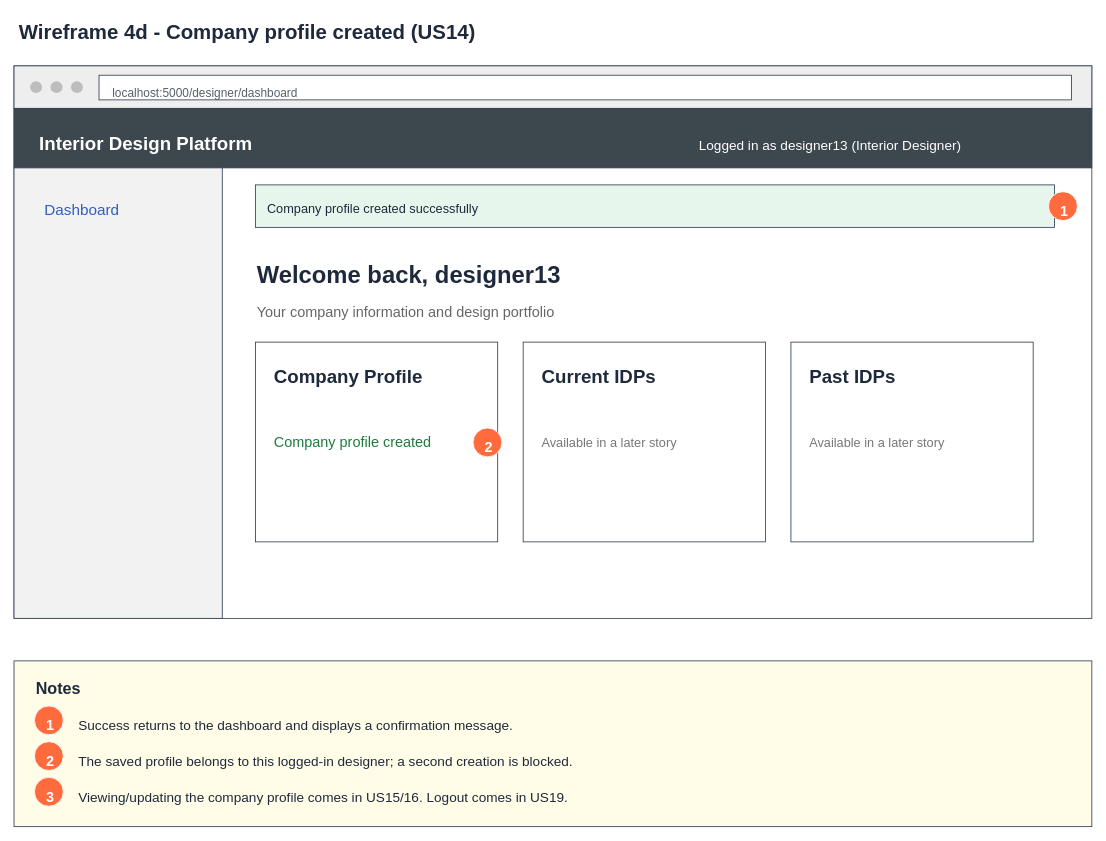
Above: page "4d Wireframe - Company created" (5 of 8) of Sprint_2/US14 - Create Company Profile/US14 Create company profile.drawio in Hanzxc/CSIT314-ARCHSS (draw.io), before the change. Source tidied: cells renumbered, new cells numbered last; positions are measured from the earlier drawing's top-left corner, leaving out a move shared by most shapes. Both pictures are drawn from the tidied source at 85%, with x=0, y=0 at pixel (14, 14).
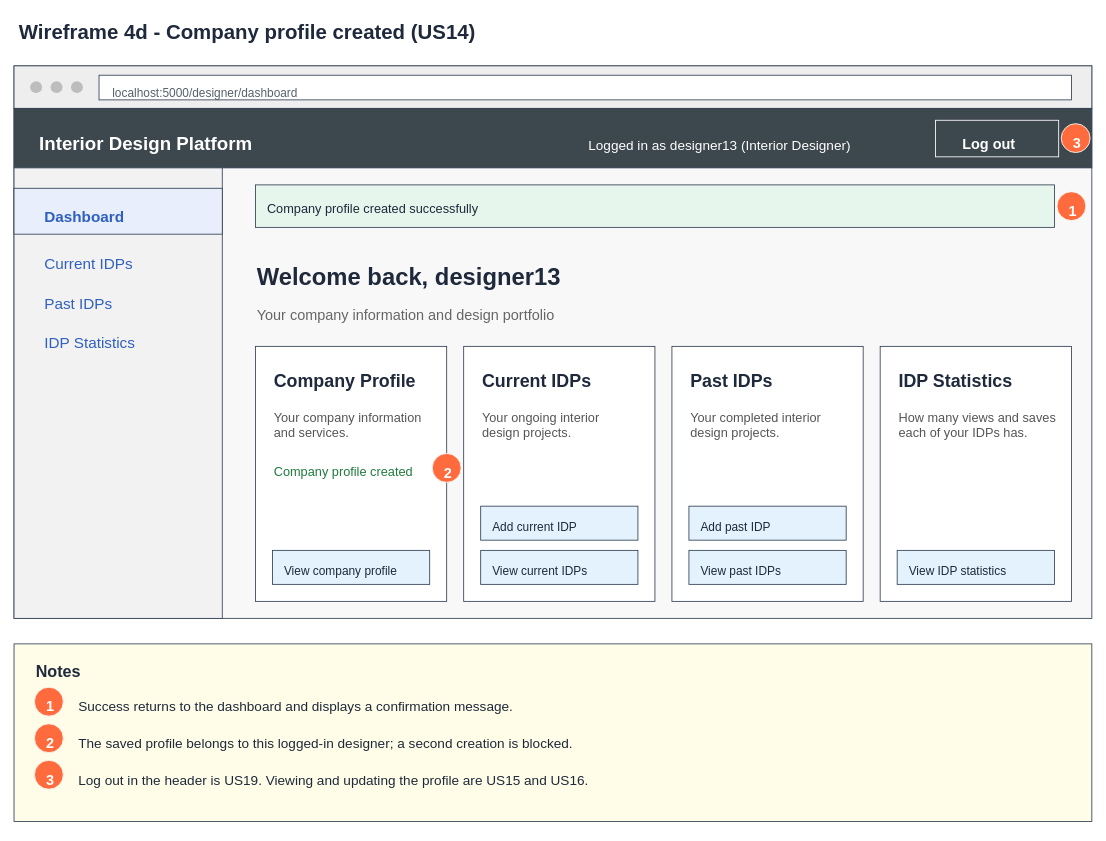
Above is the later version.

Diff of the diagram source:
```diff
@@
-    <mxCell id="3" style="rounded=0;whiteSpace=wrap;fillColor=#ffffff;strokeColor=#334155;" parent="1" vertex="1">
+    <mxCell id="3" style="rounded=0;whiteSpace=wrap;fillColor=#f8f8f8;strokeColor=#334155;" parent="1" vertex="1">
       <mxGeometry y="61" width="1268" height="650" as="geometry" />
     </mxCell>
@@
     <mxCell id="12" value="Logged in as designer13 (Interior Designer)" style="text;html=0;align=left;verticalAlign=top;fontSize=16;fontStyle=0;fontColor=#ffffff;" parent="1" vertex="1">
-      <mxGeometry x="804" y="138" width="440" height="23" as="geometry" />
+      <mxGeometry x="674" y="138" width="440" height="23" as="geometry" />
     </mxCell>
-    <mxCell id="13" style="rounded=0;whiteSpace=wrap;fillColor=#f2f2f2;strokeColor=#334155;" parent="1" vertex="1">
-      <mxGeometry y="181" width="245" height="530" as="geometry" />
+    <mxCell id="13" style="rounded=0;whiteSpace=wrap;fillColor=#3d474e;strokeColor=#ffffff;" parent="1" vertex="1">
+      <mxGeometry x="1084" y="125" width="145" height="43" as="geometry" />
     </mxCell>
-    <mxCell id="14" value="Dashboard" style="text;html=0;align=left;verticalAlign=top;fontSize=18;fontStyle=0;fontColor=#2f5fbf;" parent="1" vertex="1">
-      <mxGeometry x="34" y="213" width="200" height="25" as="geometry" />
+    <mxCell id="14" value="Log out" style="text;html=0;align=left;verticalAlign=top;fontSize=17;fontStyle=1;fontColor=#ffffff;" parent="1" vertex="1">
+      <mxGeometry x="1114" y="136" width="115" height="24" as="geometry" />
     </mxCell>
-    <mxCell id="15" style="rounded=0;whiteSpace=wrap;fillColor=#e7f6ec;strokeColor=#334155;" parent="1" vertex="1">
-      <mxGeometry x="284" y="201" width="940" height="50" as="geometry" />
+    <mxCell id="15" style="rounded=0;whiteSpace=wrap;fillColor=#f2f2f2;strokeColor=#334155;" parent="1" vertex="1">
+      <mxGeometry y="181" width="245" height="530" as="geometry" />
     </mxCell>
-    <mxCell id="16" value="Company profile created successfully" style="text;html=0;align=left;verticalAlign=top;fontSize=15;fontStyle=0;fontColor=#1e293b;" parent="1" vertex="1">
-      <mxGeometry x="296" y="213" width="916" height="22" as="geometry" />
+    <mxCell id="16" style="rounded=0;whiteSpace=wrap;fillColor=#e8eefb;strokeColor=#334155;" parent="1" vertex="1">
+      <mxGeometry y="205" width="245" height="54" as="geometry" />
     </mxCell>
-    <mxCell id="17" style="ellipse;fillColor=#ff6b3d;strokeColor=#ffffff;" parent="1" vertex="1">
-      <mxGeometry x="1217" y="209" width="34" height="34" as="geometry" />
+    <mxCell id="17" value="Dashboard" style="text;html=0;align=left;verticalAlign=top;fontSize=18;fontStyle=1;fontColor=#2f5fbf;" parent="1" vertex="1">
+      <mxGeometry x="34" y="221" width="200" height="25" as="geometry" />
     </mxCell>
-    <mxCell id="18" value="1" style="text;html=0;align=left;verticalAlign=top;fontSize=17;fontStyle=1;fontColor=#ffffff;" parent="1" vertex="1">
-      <mxGeometry x="1229" y="215" width="20" height="24" as="geometry" />
+    <mxCell id="18" value="Current IDPs" style="text;html=0;align=left;verticalAlign=top;fontSize=18;fontStyle=0;fontColor=#2f5fbf;" parent="1" vertex="1">
+      <mxGeometry x="34" y="277" width="200" height="25" as="geometry" />
     </mxCell>
-    <mxCell id="19" value="Welcome back, designer13" style="text;html=0;align=left;verticalAlign=top;fontSize=28;fontStyle=1;fontColor=#1e293b;" parent="1" vertex="1">
-      <mxGeometry x="284" y="283" width="900" height="35" as="geometry" />
+    <mxCell id="19" value="Past IDPs" style="text;html=0;align=left;verticalAlign=top;fontSize=18;fontStyle=0;fontColor=#2f5fbf;" parent="1" vertex="1">
+      <mxGeometry x="34" y="323" width="200" height="25" as="geometry" />
     </mxCell>
-    <mxCell id="20" value="Your company information and design portfolio" style="text;html=0;align=left;verticalAlign=top;fontSize=17;fontStyle=0;fontColor=#666666;" parent="1" vertex="1">
-      <mxGeometry x="284" y="334" width="900" height="24" as="geometry" />
+    <mxCell id="20" value="IDP Statistics" style="text;html=0;align=left;verticalAlign=top;fontSize=18;fontStyle=0;fontColor=#2f5fbf;" parent="1" vertex="1">
+      <mxGeometry x="34" y="369" width="200" height="25" as="geometry" />
     </mxCell>
-    <mxCell id="21" style="rounded=0;whiteSpace=wrap;fillColor=#ffffff;strokeColor=#334155;" parent="1" vertex="1">
-      <mxGeometry x="284" y="386" width="285" height="235" as="geometry" />
+    <mxCell id="21" style="rounded=0;whiteSpace=wrap;fillColor=#e7f6ec;strokeColor=#334155;" parent="1" vertex="1">
+      <mxGeometry x="284" y="201" width="940" height="50" as="geometry" />
     </mxCell>
-    <mxCell id="22" value="Company Profile" style="text;html=0;align=left;verticalAlign=top;fontSize=22;fontStyle=1;fontColor=#1e293b;" parent="1" vertex="1">
-      <mxGeometry x="304" y="407" width="245" height="29" as="geometry" />
+    <mxCell id="22" value="Company profile created successfully" style="text;html=0;align=left;verticalAlign=top;fontSize=15;fontStyle=0;fontColor=#1e293b;" parent="1" vertex="1">
+      <mxGeometry x="296" y="214" width="916" height="22" as="geometry" />
     </mxCell>
-    <mxCell id="23" value="Company profile created" style="text;html=0;align=left;verticalAlign=top;fontSize=17;fontStyle=0;fontColor=#1e7b3c;" parent="1" vertex="1">
-      <mxGeometry x="304" y="487" width="245" height="24" as="geometry" />
+    <mxCell id="23" value="Welcome back, designer13" style="text;html=0;align=left;verticalAlign=top;fontSize=28;fontStyle=1;fontColor=#1e293b;" parent="1" vertex="1">
+      <mxGeometry x="284" y="285" width="900" height="35" as="geometry" />
     </mxCell>
-    <mxCell id="24" style="ellipse;fillColor=#ff6b3d;strokeColor=#ffffff;" parent="1" vertex="1">
-      <mxGeometry x="540" y="487" width="34" height="34" as="geometry" />
+    <mxCell id="24" value="Your company information and design portfolio" style="text;html=0;align=left;verticalAlign=top;fontSize=17;fontStyle=0;fontColor=#666666;" parent="1" vertex="1">
+      <mxGeometry x="284" y="338" width="900" height="24" as="geometry" />
     </mxCell>
-    <mxCell id="25" value="2" style="text;html=0;align=left;verticalAlign=top;fontSize=17;fontStyle=1;fontColor=#ffffff;" parent="1" vertex="1">
-      <mxGeometry x="552" y="493" width="20" height="24" as="geometry" />
+    <mxCell id="25" style="rounded=0;whiteSpace=wrap;fillColor=#ffffff;strokeColor=#334155;" parent="1" vertex="1">
+      <mxGeometry x="284" y="391" width="225" height="300" as="geometry" />
     </mxCell>
-    <mxCell id="26" style="rounded=0;whiteSpace=wrap;fillColor=#ffffff;strokeColor=#334155;" parent="1" vertex="1">
-      <mxGeometry x="599" y="386" width="285" height="235" as="geometry" />
+    <mxCell id="26" value="Company Profile" style="text;html=0;align=left;verticalAlign=top;fontSize=21;fontStyle=1;fontColor=#1e293b;" parent="1" vertex="1">
+      <mxGeometry x="304" y="412" width="195" height="29" as="geometry" />
     </mxCell>
-    <mxCell id="27" value="Current IDPs" style="text;html=0;align=left;verticalAlign=top;fontSize=22;fontStyle=1;fontColor=#1e293b;" parent="1" vertex="1">
-      <mxGeometry x="619" y="407" width="245" height="29" as="geometry" />
+    <mxCell id="27" value="Your company information&#10;and services." style="text;html=0;align=left;verticalAlign=top;fontSize=15;fontStyle=0;fontColor=#555555;" parent="1" vertex="1">
+      <mxGeometry x="304" y="459" width="195" height="44" as="geometry" />
     </mxCell>
-    <mxCell id="28" value="Available in a later story" style="text;html=0;align=left;verticalAlign=top;fontSize=15;fontStyle=0;fontColor=#777777;" parent="1" vertex="1">
-      <mxGeometry x="619" y="489" width="245" height="22" as="geometry" />
+    <mxCell id="28" value="Company profile created" style="text;html=0;align=left;verticalAlign=top;fontSize=15;fontStyle=0;fontColor=#1e7b3c;" parent="1" vertex="1">
+      <mxGeometry x="304" y="523" width="195" height="22" as="geometry" />
     </mxCell>
-    <mxCell id="29" style="rounded=0;whiteSpace=wrap;fillColor=#ffffff;strokeColor=#334155;" parent="1" vertex="1">
-      <mxGeometry x="914" y="386" width="285" height="235" as="geometry" />
+    <mxCell id="29" style="rounded=0;whiteSpace=wrap;fillColor=#e3f2fd;strokeColor=#334155;" parent="1" vertex="1">
+      <mxGeometry x="304" y="631" width="185" height="40" as="geometry" />
     </mxCell>
-    <mxCell id="30" value="Past IDPs" style="text;html=0;align=left;verticalAlign=top;fontSize=22;fontStyle=1;fontColor=#1e293b;" parent="1" vertex="1">
-      <mxGeometry x="934" y="407" width="245" height="29" as="geometry" />
+    <mxCell id="30" value="View company profile" style="text;html=0;align=left;verticalAlign=top;fontSize=14;fontStyle=0;fontColor=#1e293b;" parent="1" vertex="1">
+      <mxGeometry x="316" y="641" width="165" height="22" as="geometry" />
     </mxCell>
-    <mxCell id="31" value="Available in a later story" style="text;html=0;align=left;verticalAlign=top;fontSize=15;fontStyle=0;fontColor=#777777;" parent="1" vertex="1">
-      <mxGeometry x="934" y="489" width="245" height="22" as="geometry" />
+    <mxCell id="31" style="rounded=0;whiteSpace=wrap;fillColor=#ffffff;strokeColor=#334155;" parent="1" vertex="1">
+      <mxGeometry x="529" y="391" width="225" height="300" as="geometry" />
     </mxCell>
-    <mxCell id="32" style="rounded=0;whiteSpace=wrap;fillColor=#fffde7;strokeColor=#334155;" parent="1" vertex="1">
-      <mxGeometry y="761" width="1268" height="195" as="geometry" />
+    <mxCell id="32" value="Current IDPs" style="text;html=0;align=left;verticalAlign=top;fontSize=21;fontStyle=1;fontColor=#1e293b;" parent="1" vertex="1">
+      <mxGeometry x="549" y="412" width="195" height="29" as="geometry" />
     </mxCell>
-    <mxCell id="33" value="Notes" style="text;html=0;align=left;verticalAlign=top;fontSize=19;fontStyle=1;fontColor=#1e293b;" parent="1" vertex="1">
-      <mxGeometry x="24" y="776" width="900" height="26" as="geometry" />
+    <mxCell id="33" value="Your ongoing interior&#10;design projects." style="text;html=0;align=left;verticalAlign=top;fontSize=15;fontStyle=0;fontColor=#555555;" parent="1" vertex="1">
+      <mxGeometry x="549" y="459" width="195" height="44" as="geometry" />
     </mxCell>
-    <mxCell id="34" style="ellipse;fillColor=#ff6b3d;strokeColor=#ffffff;" parent="1" vertex="1">
-      <mxGeometry x="24" y="814" width="34" height="34" as="geometry" />
+    <mxCell id="34" style="rounded=0;whiteSpace=wrap;fillColor=#e3f2fd;strokeColor=#334155;" parent="1" vertex="1">
+      <mxGeometry x="549" y="579" width="185" height="40" as="geometry" />
     </mxCell>
-    <mxCell id="35" value="1" style="text;html=0;align=left;verticalAlign=top;fontSize=17;fontStyle=1;fontColor=#ffffff;" parent="1" vertex="1">
-      <mxGeometry x="36" y="820" width="20" height="24" as="geometry" />
+    <mxCell id="35" value="Add current IDP" style="text;html=0;align=left;verticalAlign=top;fontSize=14;fontStyle=0;fontColor=#1e293b;" parent="1" vertex="1">
+      <mxGeometry x="561" y="589" width="165" height="22" as="geometry" />
     </mxCell>
-    <mxCell id="36" value="Success returns to the dashboard and displays a confirmation message." style="text;html=0;align=left;verticalAlign=top;fontSize=16;fontStyle=0;fontColor=#1e293b;" parent="1" vertex="1">
-      <mxGeometry x="74" y="821" width="1160" height="23" as="geometry" />
+    <mxCell id="36" style="rounded=0;whiteSpace=wrap;fillColor=#e3f2fd;strokeColor=#334155;" parent="1" vertex="1">
+      <mxGeometry x="549" y="631" width="185" height="40" as="geometry" />
     </mxCell>
-    <mxCell id="37" style="ellipse;fillColor=#ff6b3d;strokeColor=#ffffff;" parent="1" vertex="1">
-      <mxGeometry x="24" y="856" width="34" height="34" as="geometry" />
+    <mxCell id="37" value="View current IDPs" style="text;html=0;align=left;verticalAlign=top;fontSize=14;fontStyle=0;fontColor=#1e293b;" parent="1" vertex="1">
+      <mxGeometry x="561" y="641" width="165" height="22" as="geometry" />
     </mxCell>
-    <mxCell id="38" value="2" style="text;html=0;align=left;verticalAlign=top;fontSize=17;fontStyle=1;fontColor=#ffffff;" parent="1" vertex="1">
-      <mxGeometry x="36" y="862" width="20" height="24" as="geometry" />
+    <mxCell id="38" style="rounded=0;whiteSpace=wrap;fillColor=#ffffff;strokeColor=#334155;" parent="1" vertex="1">
+      <mxGeometry x="774" y="391" width="225" height="300" as="geometry" />
     </mxCell>
-    <mxCell id="39" value="The saved profile belongs to this logged-in designer; a second creation is blocked." style="text;html=0;align=left;verticalAlign=top;fontSize=16;fontStyle=0;fontColor=#1e293b;" parent="1" vertex="1">
-      <mxGeometry x="74" y="863" width="1160" height="23" as="geometry" />
+    <mxCell id="39" value="Past IDPs" style="text;html=0;align=left;verticalAlign=top;fontSize=21;fontStyle=1;fontColor=#1e293b;" parent="1" vertex="1">
+      <mxGeometry x="794" y="412" width="195" height="29" as="geometry" />
     </mxCell>
-    <mxCell id="40" style="ellipse;fillColor=#ff6b3d;strokeColor=#ffffff;" parent="1" vertex="1">
-      <mxGeometry x="24" y="898" width="34" height="34" as="geometry" />
+    <mxCell id="40" value="Your completed interior&#10;design projects." style="text;html=0;align=left;verticalAlign=top;fontSize=15;fontStyle=0;fontColor=#555555;" parent="1" vertex="1">
+      <mxGeometry x="794" y="459" width="195" height="44" as="geometry" />
     </mxCell>
-    <mxCell id="41" value="3" style="text;html=0;align=left;verticalAlign=top;fontSize=17;fontStyle=1;fontColor=#ffffff;" parent="1" vertex="1">
-      <mxGeometry x="36" y="904" width="20" height="24" as="geometry" />
+    <mxCell id="41" style="rounded=0;whiteSpace=wrap;fillColor=#e3f2fd;strokeColor=#334155;" parent="1" vertex="1">
+      <mxGeometry x="794" y="579" width="185" height="40" as="geometry" />
     </mxCell>
-    <mxCell id="42" value="Viewing/updating the company profile comes in US15/16. Logout comes in US19." style="text;html=0;align=left;verticalAlign=top;fontSize=16;fontStyle=0;fontColor=#1e293b;" parent="1" vertex="1">
-      <mxGeometry x="74" y="905" width="1160" height="23" as="geometry" />
+    <mxCell id="42" value="Add past IDP" style="text;html=0;align=left;verticalAlign=top;fontSize=14;fontStyle=0;fontColor=#1e293b;" parent="1" vertex="1">
+      <mxGeometry x="806" y="589" width="165" height="22" as="geometry" />
     </mxCell>
+    <mxCell id="43" style="rounded=0;whiteSpace=wrap;fillColor=#e3f2fd;strokeColor=#334155;" parent="1" vertex="1">
+      <mxGeometry x="794" y="631" width="185" height="40" as="geometry" />
+    </mxCell>
+    <mxCell id="44" value="View past IDPs" style="text;html=0;align=left;verticalAlign=top;fontSize=14;fontStyle=0;fontColor=#1e293b;" parent="1" vertex="1">
+      <mxGeometry x="806" y="641" width="165" height="22" as="geometry" />
+    </mxCell>
+    <mxCell id="45" style="rounded=0;whiteSpace=wrap;fillColor=#ffffff;strokeColor=#334155;" parent="1" vertex="1">
+      <mxGeometry x="1019" y="391" width="225" height="300" as="geometry" />
+    </mxCell>
+    <mxCell id="46" value="IDP Statistics" style="text;html=0;align=left;verticalAlign=top;fontSize=21;fontStyle=1;fontColor=#1e293b;" parent="1" vertex="1">
+      <mxGeometry x="1039" y="412" width="195" height="29" as="geometry" />
+    </mxCell>
+    <mxCell id="47" value="How many views and saves&#10;each of your IDPs has." style="text;html=0;align=left;verticalAlign=top;fontSize=15;fontStyle=0;fontColor=#555555;" parent="1" vertex="1">
+      <mxGeometry x="1039" y="459" width="195" height="44" as="geometry" />
+    </mxCell>
+    <mxCell id="48" style="rounded=0;whiteSpace=wrap;fillColor=#e3f2fd;strokeColor=#334155;" parent="1" vertex="1">
+      <mxGeometry x="1039" y="631" width="185" height="40" as="geometry" />
+    </mxCell>
+    <mxCell id="49" value="View IDP statistics" style="text;html=0;align=left;verticalAlign=top;fontSize=14;fontStyle=0;fontColor=#1e293b;" parent="1" vertex="1">
+      <mxGeometry x="1051" y="641" width="165" height="22" as="geometry" />
+    </mxCell>
+    <mxCell id="50" style="ellipse;fillColor=#ff6b3d;strokeColor=#ffffff;" parent="1" vertex="1">
+      <mxGeometry x="1227" y="209" width="34" height="34" as="geometry" />
+    </mxCell>
+    <mxCell id="51" value="1" style="text;html=0;align=left;verticalAlign=top;fontSize=17;fontStyle=1;fontColor=#ffffff;" parent="1" vertex="1">
+      <mxGeometry x="1239" y="215" width="20" height="24" as="geometry" />
+    </mxCell>
+    <mxCell id="52" style="ellipse;fillColor=#ff6b3d;strokeColor=#ffffff;" parent="1" vertex="1">
+      <mxGeometry x="492" y="517" width="34" height="34" as="geometry" />
+    </mxCell>
+    <mxCell id="53" value="2" style="text;html=0;align=left;verticalAlign=top;fontSize=17;fontStyle=1;fontColor=#ffffff;" parent="1" vertex="1">
+      <mxGeometry x="504" y="523" width="20" height="24" as="geometry" />
+    </mxCell>
+    <mxCell id="54" style="ellipse;fillColor=#ff6b3d;strokeColor=#ffffff;" parent="1" vertex="1">
+      <mxGeometry x="1232" y="129" width="34" height="34" as="geometry" />
+    </mxCell>
+    <mxCell id="55" value="3" style="text;html=0;align=left;verticalAlign=top;fontSize=17;fontStyle=1;fontColor=#ffffff;" parent="1" vertex="1">
+      <mxGeometry x="1244" y="135" width="20" height="24" as="geometry" />
+    </mxCell>
+    <mxCell id="56" style="rounded=0;whiteSpace=wrap;fillColor=#fffde7;strokeColor=#334155;" parent="1" vertex="1">
+      <mxGeometry y="741" width="1268" height="209" as="geometry" />
+    </mxCell>
+    <mxCell id="57" value="Notes" style="text;html=0;align=left;verticalAlign=top;fontSize=19;fontStyle=1;fontColor=#1e293b;" parent="1" vertex="1">
+      <mxGeometry x="24" y="756" width="900" height="26" as="geometry" />
+    </mxCell>
+    <mxCell id="58" style="ellipse;fillColor=#ff6b3d;strokeColor=#ffffff;" parent="1" vertex="1">
+      <mxGeometry x="24" y="792" width="34" height="34" as="geometry" />
+    </mxCell>
+    <mxCell id="59" value="1" style="text;html=0;align=left;verticalAlign=top;fontSize=17;fontStyle=1;fontColor=#ffffff;" parent="1" vertex="1">
+      <mxGeometry x="36" y="798" width="20" height="24" as="geometry" />
+    </mxCell>
+    <mxCell id="60" value="Success returns to the dashboard and displays a confirmation message." style="text;html=0;align=left;verticalAlign=top;fontSize=16;fontStyle=0;fontColor=#1e293b;" parent="1" vertex="1">
+      <mxGeometry x="74" y="799" width="1180" height="23" as="geometry" />
+    </mxCell>
+    <mxCell id="61" style="ellipse;fillColor=#ff6b3d;strokeColor=#ffffff;" parent="1" vertex="1">
+      <mxGeometry x="24" y="835" width="34" height="34" as="geometry" />
+    </mxCell>
+    <mxCell id="62" value="2" style="text;html=0;align=left;verticalAlign=top;fontSize=17;fontStyle=1;fontColor=#ffffff;" parent="1" vertex="1">
+      <mxGeometry x="36" y="841" width="20" height="24" as="geometry" />
+    </mxCell>
+    <mxCell id="63" value="The saved profile belongs to this logged-in designer; a second creation is blocked." style="text;html=0;align=left;verticalAlign=top;fontSize=16;fontStyle=0;fontColor=#1e293b;" parent="1" vertex="1">
+      <mxGeometry x="74" y="842" width="1180" height="23" as="geometry" />
+    </mxCell>
+    <mxCell id="64" style="ellipse;fillColor=#ff6b3d;strokeColor=#ffffff;" parent="1" vertex="1">
+      <mxGeometry x="24" y="878" width="34" height="34" as="geometry" />
+    </mxCell>
+    <mxCell id="65" value="3" style="text;html=0;align=left;verticalAlign=top;fontSize=17;fontStyle=1;fontColor=#ffffff;" parent="1" vertex="1">
+      <mxGeometry x="36" y="884" width="20" height="24" as="geometry" />
+    </mxCell>
+    <mxCell id="66" value="Log out in the header is US19. Viewing and updating the profile are US15 and US16." style="text;html=0;align=left;verticalAlign=top;fontSize=16;fontStyle=0;fontColor=#1e293b;" parent="1" vertex="1">
+      <mxGeometry x="74" y="885" width="1180" height="23" as="geometry" />
+    </mxCell>
```
